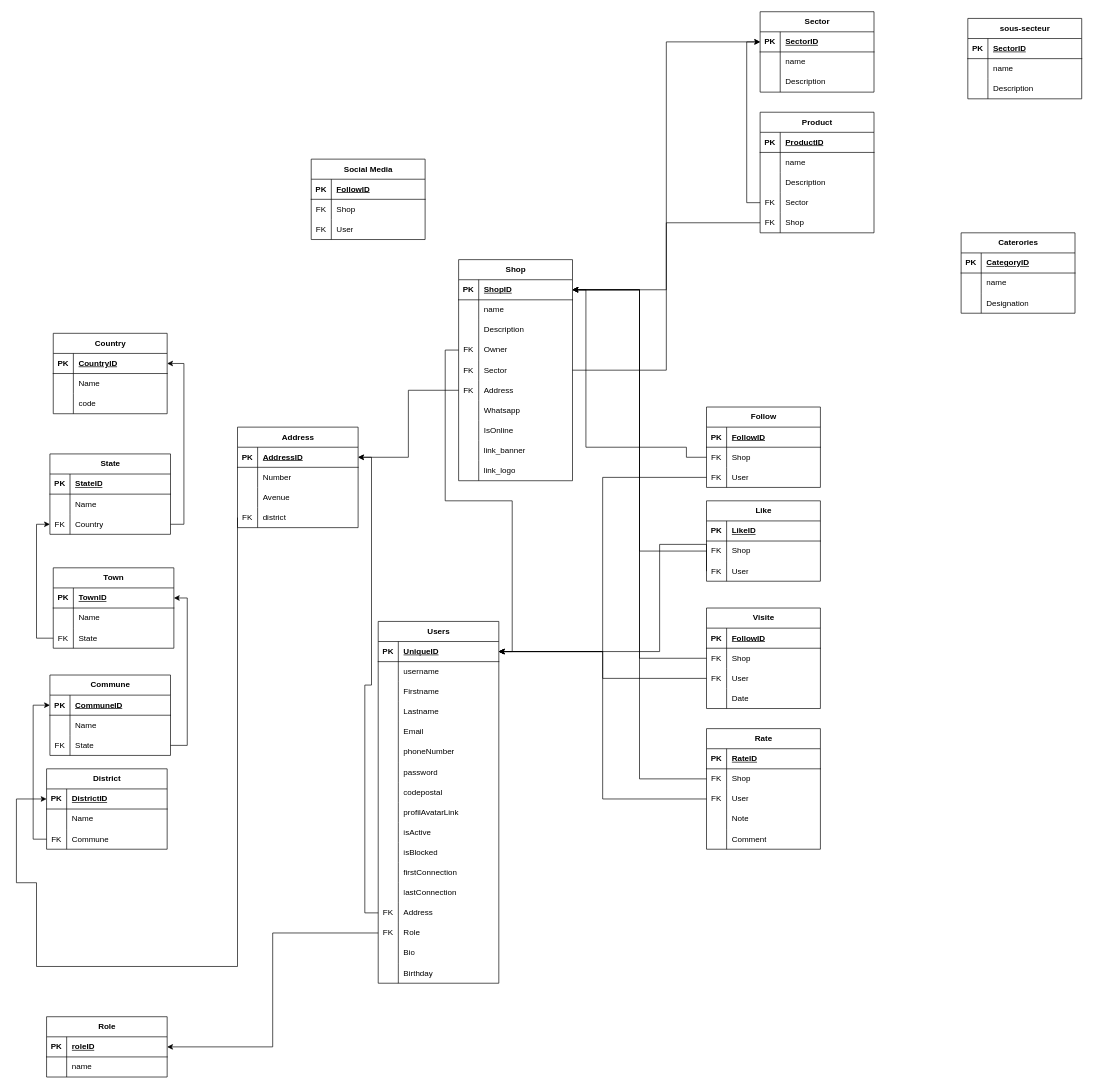
Before: Tekango.drawio in internalTekango/3.0.tekango.template, a draw.io diagram. Source tidied: cells renumbered, new cells numbered last; positions are measured from the earlier drawing's top-left corner, leaving out a move shared by most shapes. Both pictures are drawn from the tidied source at 67%, with x=0, y=0 at pixel (16, 11).
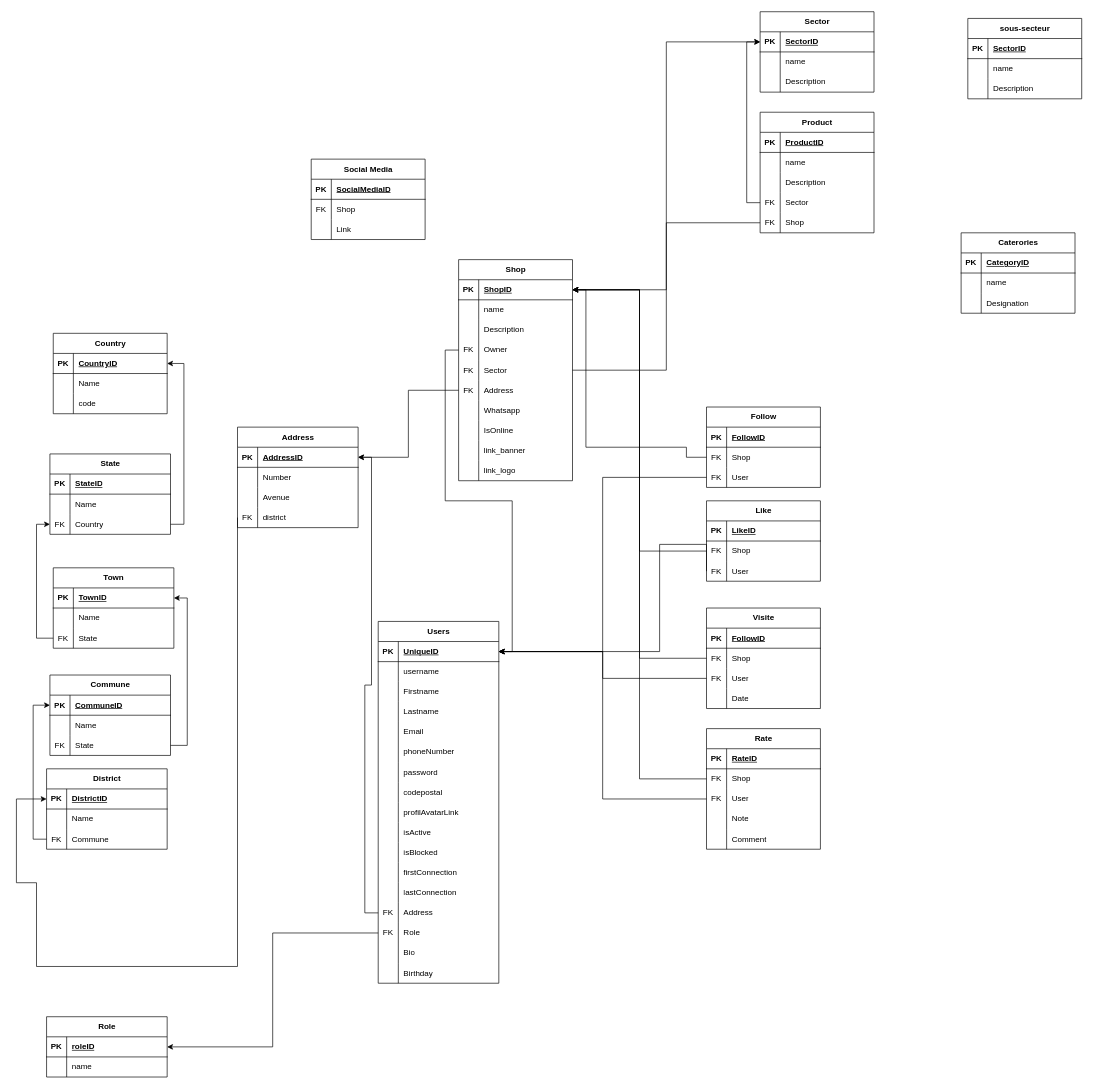
After the change.

Commit message:
Mettre à jour Tekango.drawio

The change refers to these unchanged cells:
```xml
<mxCell id="243" style="shape=tableRow;horizontal=0;startSize=0;swimlaneHead=0;swimlaneBody=0;fillColor=none;top=0;left=0;right=0;bottom=1;" parent="242" vertex="1">
  <mxGeometry y="30" width="170" height="30" as="geometry" />
</mxCell>
<mxCell id="249" style="shape=tableRow;horizontal=0;startSize=0;swimlaneHead=0;swimlaneBody=0;fillColor=none;top=0;left=0;right=0;bottom=0;" parent="242" vertex="1">
  <mxGeometry y="90" width="170" height="30" as="geometry" />
</mxCell>
```

The edit, as a diff of the source:
```diff
@@
-    <mxCell id="245" value="FollowID" style="shape=partialRectangle;fillColor=none;top=0;left=0;bottom=0;right=0;align=left;spacingLeft=6;fontStyle=5;overflow=hidden;whiteSpace=wrap;html=1;" parent="243" vertex="1">
+    <mxCell id="245" value="SocialMediaID" style="shape=partialRectangle;fillColor=none;top=0;left=0;bottom=0;right=0;align=left;spacingLeft=6;fontStyle=5;overflow=hidden;whiteSpace=wrap;html=1;" parent="243" vertex="1">
       <mxGeometry x="30" width="140" height="30" as="geometry" />
     </mxCell>
@@
-    <mxCell id="250" value="FK" style="shape=partialRectangle;fillColor=none;top=0;left=0;bottom=0;right=0;overflow=hidden;whiteSpace=wrap;html=1;" parent="249" vertex="1">
+    <mxCell id="250" style="shape=partialRectangle;fillColor=none;top=0;left=0;bottom=0;right=0;overflow=hidden;whiteSpace=wrap;html=1;" parent="249" vertex="1">
       <mxGeometry width="30" height="30" as="geometry" />
     </mxCell>
-    <mxCell id="251" value="User" style="shape=partialRectangle;fillColor=none;top=0;left=0;bottom=0;right=0;align=left;spacingLeft=6;overflow=hidden;whiteSpace=wrap;html=1;" parent="249" vertex="1">
+    <mxCell id="251" value="Link" style="shape=partialRectangle;fillColor=none;top=0;left=0;bottom=0;right=0;align=left;spacingLeft=6;overflow=hidden;whiteSpace=wrap;html=1;" parent="249" vertex="1">
       <mxGeometry x="30" width="140" height="30" as="geometry" />
     </mxCell>
```
